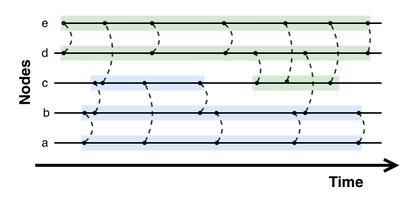
Earlier version of the draw.io export img/lmodules_ex.png (fondationsahar/dynamic_community_detection). Source tidied: cells renumbered, new cells last; positions are measured from the earlier drawing's top-left corner, leaving out a move shared by most shapes.
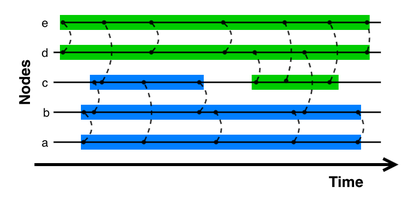
The same diagram one commit later.

Diff of the diagram source:
```diff
@@ -2,22 +2,22 @@
   <root>
     <mxCell id="0" />
     <mxCell id="1" parent="0" />
-    <mxCell id="2" style="rounded=0;whiteSpace=wrap;html=1;fillColor=#dae8fc;strokeColor=none;" parent="1" vertex="1">
+    <mxCell id="2" style="rounded=0;whiteSpace=wrap;html=1;fillColor=#007FFF;strokeColor=none;gradientColor=none;" parent="1" vertex="1">
       <mxGeometry x="80" y="50" width="76" height="10" as="geometry" />
     </mxCell>
-    <mxCell id="3" style="rounded=0;whiteSpace=wrap;html=1;fillColor=#dae8fc;strokeColor=none;" parent="1" vertex="1">
+    <mxCell id="3" style="rounded=0;whiteSpace=wrap;html=1;fillColor=#007FFF;strokeColor=none;gradientColor=none;" parent="1" vertex="1">
       <mxGeometry x="74" y="90" width="187" height="10" as="geometry" />
     </mxCell>
-    <mxCell id="4" style="rounded=0;whiteSpace=wrap;html=1;fillColor=#dae8fc;strokeColor=none;" parent="1" vertex="1">
+    <mxCell id="4" style="rounded=0;whiteSpace=wrap;html=1;fillColor=#007FFF;strokeColor=none;gradientColor=none;" parent="1" vertex="1">
       <mxGeometry x="74" y="70" width="187" height="10" as="geometry" />
     </mxCell>
-    <mxCell id="5" style="rounded=0;whiteSpace=wrap;html=1;fillColor=#d5e8d4;strokeColor=none;" parent="1" vertex="1">
+    <mxCell id="5" style="rounded=0;whiteSpace=wrap;html=1;fillColor=light-dark(#00cc00, #1f2f1e);strokeColor=none;" parent="1" vertex="1">
       <mxGeometry x="188" y="50" width="58" height="10" as="geometry" />
     </mxCell>
-    <mxCell id="6" style="rounded=0;whiteSpace=wrap;html=1;fillColor=#d5e8d4;strokeColor=none;" parent="1" vertex="1">
+    <mxCell id="6" style="rounded=0;whiteSpace=wrap;html=1;fillColor=light-dark(#00cc00, #1f2f1e);strokeColor=none;" parent="1" vertex="1">
       <mxGeometry x="60" y="30" width="206.8" height="10" as="geometry" />
     </mxCell>
-    <mxCell id="7" style="rounded=0;whiteSpace=wrap;html=1;fillColor=#d5e8d4;strokeColor=none;" parent="1" vertex="1">
+    <mxCell id="7" style="rounded=0;whiteSpace=wrap;html=1;fillColor=#00CC00;strokeColor=none;" parent="1" vertex="1">
       <mxGeometry x="60" y="10" width="206.8" height="10" as="geometry" />
     </mxCell>
     <mxCell id="8" style="endArrow=none;html=1;rounded=0;exitX=0.717;exitY=0.5;exitDx=0;exitDy=0;exitPerimeter=0;" parent="1" edge="1" source="24">
```
